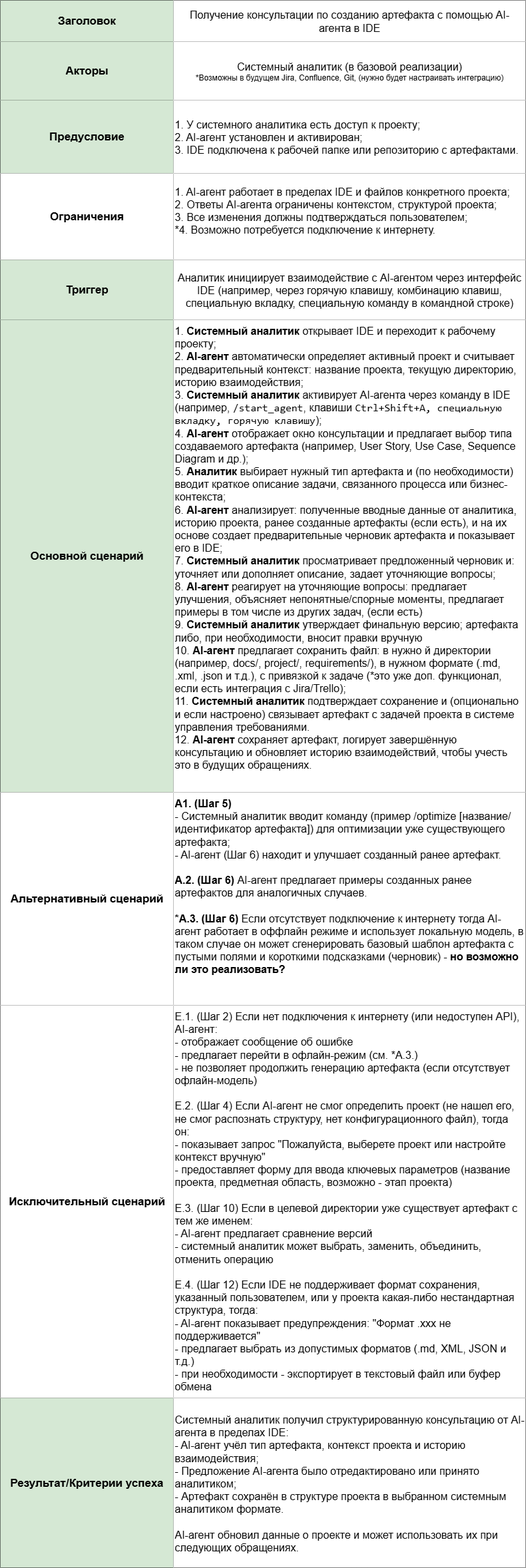
This is Максим_Попов/Максим Попов. Use Case.png from patolog123/Analyst-3.0, a draw.io export, as it was before one commit. Source tidied: cells renumbered, new cells last; positions are measured from the earlier drawing's top-left corner, leaving out a move shared by most shapes.
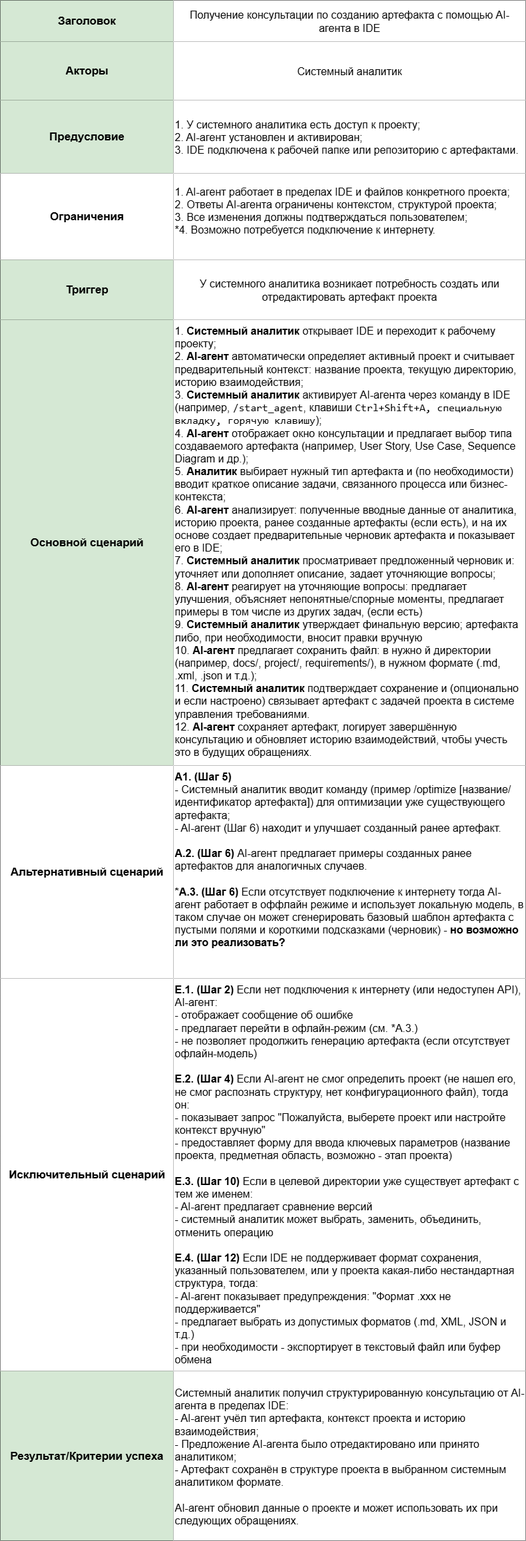
After the commit.

The edit, as a diff of the source:
```diff
@@ -5,3 +5,3 @@
     <mxCell id="2" style="shape=table;startSize=0;perimeterSpacing=11;strokeWidth=1;verticalAlign=top;" parent="1" vertex="1">
-      <mxGeometry width="789" height="2355" as="geometry" />
+      <mxGeometry width="789" height="2315" as="geometry" />
     </mxCell>
@@ -22,3 +22,3 @@
     </mxCell>
-    <mxCell id="8" value="&lt;font style=&quot;font-size: 16px;&quot;&gt;Системный аналитик (в базовой реализации)&lt;/font&gt;&lt;div&gt;*Возможны в будущем Jira, Confluence, Git, (нужно будет настраивать интеграцию)&lt;/div&gt;" style="shape=partialRectangle;html=1;whiteSpace=wrap;overflow=hidden;top=0;left=0;bottom=0;right=0;perimeterSpacing=0;" parent="6" vertex="1">
+    <mxCell id="8" value="&lt;font style=&quot;font-size: 16px;&quot;&gt;Системный аналитик&lt;/font&gt;" style="shape=partialRectangle;html=1;whiteSpace=wrap;overflow=hidden;top=0;left=0;bottom=0;right=0;perimeterSpacing=0;" parent="6" vertex="1">
       <mxGeometry x="260" width="529" height="88" as="geometry" />
@@ -49,3 +49,3 @@
     </mxCell>
-    <mxCell id="17" value="&lt;font style=&quot;font-size: 16px;&quot;&gt;Аналитик инициирует взаимодействие с AI-агентом через интерфейс IDE (например, через горячую клавишу, комбинацию клавиш, специальную вкладку, специальную команду в командной строке)&lt;/font&gt;" style="shape=partialRectangle;html=1;whiteSpace=wrap;overflow=hidden;top=0;left=0;bottom=0;right=0;perimeterSpacing=1;" parent="15" vertex="1">
+    <mxCell id="17" value="У системного аналитика возникает потребность создать или отредактировать артефакт проекта" style="shape=partialRectangle;html=1;whiteSpace=wrap;overflow=hidden;top=0;left=0;bottom=0;right=0;perimeterSpacing=1;fontSize=16;" parent="15" vertex="1">
       <mxGeometry x="260" width="529" height="90" as="geometry" />
@@ -53,12 +53,12 @@
     <mxCell id="18" style="shape=tableRow;horizontal=0;startSize=0;swimlaneHead=0;swimlaneBody=0;strokeColor=inherit;top=0;left=0;bottom=0;right=0;fillColor=none;" parent="2" vertex="1">
-      <mxGeometry y="480" width="789" height="710" as="geometry" />
+      <mxGeometry y="480" width="789" height="670" as="geometry" />
     </mxCell>
     <mxCell id="19" value="Основной сценарий" style="shape=partialRectangle;html=1;whiteSpace=wrap;strokeColor=#82b366;overflow=hidden;fillColor=#d5e8d4;top=0;left=0;bottom=0;right=0;fontSize=17;fontStyle=1;" parent="18" vertex="1">
-      <mxGeometry width="260" height="710" as="geometry" />
+      <mxGeometry width="260" height="670" as="geometry" />
     </mxCell>
-    <mxCell id="20" value="&lt;font style=&quot;font-size: 16px;&quot;&gt;1. &lt;b&gt;Cистемный аналитик&lt;/b&gt;&amp;nbsp;открывает IDE и переходит к рабочему проекту;&lt;/font&gt;&lt;div&gt;&lt;font style=&quot;font-size: 16px;&quot;&gt;2.&amp;nbsp;&lt;b&gt;AI-агент&lt;/b&gt; автоматически определяет активный проект и считывает предварительный контекст: название проекта, текущую директорию, историю взаимодействия;&lt;/font&gt;&lt;/div&gt;&lt;div&gt;&lt;font style=&quot;font-size: 16px;&quot;&gt;3. &lt;b&gt;Системный аналитик&lt;/b&gt;&lt;span style=&quot;background-color: transparent; color: light-dark(rgb(0, 0, 0), rgb(255, 255, 255));&quot;&gt;&amp;nbsp;активирует AI-агента через команду в IDE (например, &lt;/span&gt;&lt;code style=&quot;background-color: transparent; color: light-dark(rgb(0, 0, 0), rgb(255, 255, 255));&quot;&gt;/start_agent&lt;/code&gt;&lt;span style=&quot;background-color: transparent; color: light-dark(rgb(0, 0, 0), rgb(255, 255, 255));&quot;&gt;, клавиши&amp;nbsp;&lt;/span&gt;&lt;code style=&quot;background-color: transparent; color: light-dark(rgb(0, 0, 0), rgb(255, 255, 255));&quot;&gt;Ctrl+Shift+A, специальную вкладку, горячую клавишу&lt;/code&gt;&lt;span style=&quot;background-color: transparent; color: light-dark(rgb(0, 0, 0), rgb(255, 255, 255));&quot;&gt;);&lt;/span&gt;&lt;/font&gt;&lt;/div&gt;&lt;div&gt;&lt;font style=&quot;font-size: 16px;&quot;&gt;&lt;span style=&quot;background-color: transparent; color: light-dark(rgb(0, 0, 0), rgb(255, 255, 255));&quot;&gt;4.&amp;nbsp;&lt;/span&gt;&lt;span style=&quot;background-color: transparent;&quot;&gt;&lt;b&gt;AI-агент&lt;/b&gt; отображает окно консультации и предлагает выбор типа создаваемого артефакта (например, User Story, Use Case, Sequence Diagram и др.);&lt;/span&gt;&lt;/font&gt;&lt;/div&gt;&lt;div&gt;&lt;font style=&quot;font-size: 16px;&quot;&gt;&lt;span style=&quot;background-color: transparent;&quot;&gt;5.&amp;nbsp;&lt;/span&gt;&lt;span style=&quot;background-color: transparent;&quot;&gt;&lt;b&gt;Аналитик&lt;/b&gt; выбирает нужный тип артефакта и (по необходимости) вводит краткое описание задачи, связанного процесса или бизнес-контекста;&lt;/span&gt;&lt;/font&gt;&lt;/div&gt;&lt;div&gt;&lt;font style=&quot;font-size: 16px;&quot;&gt;6. &lt;b&gt;AI-агент&lt;/b&gt; анализирует: полученные вводные данные от аналитика, историю проекта, ранее созданные артефакты (если есть), и на их основе создает предварительные черновик артефакта и показывает его в IDE;&lt;/font&gt;&lt;/div&gt;&lt;div&gt;&lt;font style=&quot;font-size: 16px;&quot;&gt;7. &lt;b&gt;Системный аналитик&lt;/b&gt; просматривает предложенный черновик и: уточняет или дополняет описание, задает уточняющие вопросы;&lt;/font&gt;&lt;/div&gt;&lt;div&gt;&lt;font style=&quot;font-size: 16px;&quot;&gt;8. &lt;b&gt;AI-агент&lt;/b&gt; реагирует на уточняющие вопросы: предлагает улучшения, объясняет непонятные/спорные моменты, предлагает примеры в том числе из других задач, (если есть)&lt;/font&gt;&lt;/div&gt;&lt;div&gt;&lt;font style=&quot;font-size: 16px;&quot;&gt;9. &lt;b&gt;Системный аналитик&lt;/b&gt; утверждает финальную версию; артефакта либо, при необходимости, вносит правки вручную&lt;/font&gt;&lt;/div&gt;&lt;div&gt;&lt;font style=&quot;font-size: 16px;&quot;&gt;10. &lt;b&gt;AI-агент&lt;/b&gt; предлагает сохранить файл: в нужно й директории (например, docs/, project/, requirements/), в нужном формате (.md, .xml, .json и т.д.), с привязкой к задаче (*это уже доп. функционал, если есть интеграция с Jira/Trello);&lt;/font&gt;&lt;/div&gt;&lt;div&gt;&lt;font style=&quot;font-size: 16px;&quot;&gt;11. &lt;b&gt;Системный аналитик&lt;/b&gt; подтверждает сохранение и (опционально и если настроено) связывает артефакт с задачей проекта в системе управления требованиями.&lt;/font&gt;&lt;/div&gt;&lt;div&gt;&lt;font style=&quot;font-size: 16px;&quot;&gt;12.&amp;nbsp;&lt;b&gt;AI-агент&lt;/b&gt; сохраняет артефакт, логирует завершённую консультацию и обновляет историю взаимодействий, чтобы учесть это в будущих обращениях.&lt;/font&gt;&lt;/div&gt;&lt;div&gt;&lt;font style=&quot;font-size: 16px;&quot;&gt;&lt;br&gt;&lt;/font&gt;&lt;/div&gt;&lt;div&gt;&lt;br&gt;&lt;/div&gt;" style="shape=partialRectangle;html=1;whiteSpace=wrap;overflow=hidden;top=0;left=0;bottom=0;right=0;align=left;verticalAlign=top;" parent="18" vertex="1">
-      <mxGeometry x="260" width="529" height="710" as="geometry" />
+    <mxCell id="20" value="&lt;font style=&quot;font-size: 16px;&quot;&gt;1. &lt;b&gt;Cистемный аналитик&lt;/b&gt;&amp;nbsp;открывает IDE и переходит к рабочему проекту;&lt;/font&gt;&lt;div&gt;&lt;font style=&quot;font-size: 16px;&quot;&gt;2.&amp;nbsp;&lt;b&gt;AI-агент&lt;/b&gt; автоматически определяет активный проект и считывает предварительный контекст: название проекта, текущую директорию, историю взаимодействия;&lt;/font&gt;&lt;/div&gt;&lt;div&gt;&lt;font style=&quot;font-size: 16px;&quot;&gt;3. &lt;b&gt;Системный аналитик&lt;/b&gt;&lt;span style=&quot;background-color: transparent; color: light-dark(rgb(0, 0, 0), rgb(255, 255, 255));&quot;&gt;&amp;nbsp;активирует AI-агента через команду в IDE (например, &lt;/span&gt;&lt;code style=&quot;background-color: transparent; color: light-dark(rgb(0, 0, 0), rgb(255, 255, 255));&quot;&gt;/start_agent&lt;/code&gt;&lt;span style=&quot;background-color: transparent; color: light-dark(rgb(0, 0, 0), rgb(255, 255, 255));&quot;&gt;, клавиши&amp;nbsp;&lt;/span&gt;&lt;code style=&quot;background-color: transparent; color: light-dark(rgb(0, 0, 0), rgb(255, 255, 255));&quot;&gt;Ctrl+Shift+A, специальную вкладку, горячую клавишу&lt;/code&gt;&lt;span style=&quot;background-color: transparent; color: light-dark(rgb(0, 0, 0), rgb(255, 255, 255));&quot;&gt;);&lt;/span&gt;&lt;/font&gt;&lt;/div&gt;&lt;div&gt;&lt;font style=&quot;font-size: 16px;&quot;&gt;&lt;span style=&quot;background-color: transparent; color: light-dark(rgb(0, 0, 0), rgb(255, 255, 255));&quot;&gt;4.&amp;nbsp;&lt;/span&gt;&lt;span style=&quot;background-color: transparent;&quot;&gt;&lt;b&gt;AI-агент&lt;/b&gt; отображает окно консультации и предлагает выбор типа создаваемого артефакта (например, User Story, Use Case, Sequence Diagram и др.);&lt;/span&gt;&lt;/font&gt;&lt;/div&gt;&lt;div&gt;&lt;font style=&quot;font-size: 16px;&quot;&gt;&lt;span style=&quot;background-color: transparent;&quot;&gt;5.&amp;nbsp;&lt;/span&gt;&lt;span style=&quot;background-color: transparent;&quot;&gt;&lt;b&gt;Аналитик&lt;/b&gt; выбирает нужный тип артефакта и (по необходимости) вводит краткое описание задачи, связанного процесса или бизнес-контекста;&lt;/span&gt;&lt;/font&gt;&lt;/div&gt;&lt;div&gt;&lt;font style=&quot;font-size: 16px;&quot;&gt;6. &lt;b&gt;AI-агент&lt;/b&gt; анализирует: полученные вводные данные от аналитика, историю проекта, ранее созданные артефакты (если есть), и на их основе создает предварительные черновик артефакта и показывает его в IDE;&lt;/font&gt;&lt;/div&gt;&lt;div&gt;&lt;font style=&quot;font-size: 16px;&quot;&gt;7. &lt;b&gt;Системный аналитик&lt;/b&gt; просматривает предложенный черновик и: уточняет или дополняет описание, задает уточняющие вопросы;&lt;/font&gt;&lt;/div&gt;&lt;div&gt;&lt;font style=&quot;font-size: 16px;&quot;&gt;8. &lt;b&gt;AI-агент&lt;/b&gt; реагирует на уточняющие вопросы: предлагает улучшения, объясняет непонятные/спорные моменты, предлагает примеры в том числе из других задач, (если есть)&lt;/font&gt;&lt;/div&gt;&lt;div&gt;&lt;font style=&quot;font-size: 16px;&quot;&gt;9. &lt;b&gt;Системный аналитик&lt;/b&gt; утверждает финальную версию; артефакта либо, при необходимости, вносит правки вручную&lt;/font&gt;&lt;/div&gt;&lt;div&gt;&lt;font style=&quot;font-size: 16px;&quot;&gt;10. &lt;b&gt;AI-агент&lt;/b&gt; предлагает сохранить файл: в нужно й директории (например, docs/, project/, requirements/), в нужном формате (.md, .xml, .json и т.д.);&lt;/font&gt;&lt;/div&gt;&lt;div&gt;&lt;font style=&quot;font-size: 16px;&quot;&gt;11. &lt;b&gt;Системный аналитик&lt;/b&gt; подтверждает сохранение и (опционально и если настроено) связывает артефакт с задачей проекта в системе управления требованиями.&lt;/font&gt;&lt;/div&gt;&lt;div&gt;&lt;font style=&quot;font-size: 16px;&quot;&gt;12.&amp;nbsp;&lt;b&gt;AI-агент&lt;/b&gt; сохраняет артефакт, логирует завершённую консультацию и обновляет историю взаимодействий, чтобы учесть это в будущих обращениях.&lt;/font&gt;&lt;/div&gt;&lt;div&gt;&lt;font style=&quot;font-size: 16px;&quot;&gt;&lt;br&gt;&lt;/font&gt;&lt;/div&gt;&lt;div&gt;&lt;br&gt;&lt;/div&gt;" style="shape=partialRectangle;html=1;whiteSpace=wrap;overflow=hidden;top=0;left=0;bottom=0;right=0;align=left;verticalAlign=top;" parent="18" vertex="1">
+      <mxGeometry x="260" width="529" height="670" as="geometry" />
     </mxCell>
     <mxCell id="21" style="shape=tableRow;horizontal=0;startSize=0;swimlaneHead=0;swimlaneBody=0;strokeColor=inherit;top=0;left=0;bottom=0;right=0;fillColor=none;" parent="2" vertex="1">
-      <mxGeometry y="1190" width="789" height="320" as="geometry" />
+      <mxGeometry y="1150" width="789" height="320" as="geometry" />
     </mxCell>
@@ -71,3 +71,3 @@
     <mxCell id="24" style="shape=tableRow;horizontal=0;startSize=0;swimlaneHead=0;swimlaneBody=0;strokeColor=inherit;top=0;left=0;bottom=0;right=0;fillColor=none;" parent="2" vertex="1">
-      <mxGeometry y="1510" width="789" height="590" as="geometry" />
+      <mxGeometry y="1470" width="789" height="590" as="geometry" />
     </mxCell>
@@ -76,3 +76,3 @@
     </mxCell>
-    <mxCell id="26" value="&lt;font style=&quot;font-size: 16px;&quot;&gt;E.1. (Шаг 2) Если нет подключения к интернету (или недоступен API), AI-агент:&lt;/font&gt;&lt;div&gt;&lt;font style=&quot;font-size: 16px;&quot;&gt;- отображает сообщение об ошибке&lt;/font&gt;&lt;/div&gt;&lt;div&gt;&lt;font style=&quot;font-size: 16px;&quot;&gt;- предлагает перейти в офлайн-режим (см. *A.3.)&lt;/font&gt;&lt;/div&gt;&lt;div&gt;&lt;font style=&quot;font-size: 16px;&quot;&gt;- не позволяет продолжить генерацию артефакта (если отсутствует офлайн-модель)&lt;/font&gt;&lt;/div&gt;&lt;div&gt;&lt;font style=&quot;font-size: 16px;&quot;&gt;&lt;br&gt;&lt;/font&gt;&lt;/div&gt;&lt;div&gt;&lt;font style=&quot;font-size: 16px;&quot;&gt;E.2. (Шаг 4) Если AI-агент не смог определить проект (не нашел его, не смог распознать структуру, нет конфигурационного файл), тогда он:&lt;/font&gt;&lt;/div&gt;&lt;div&gt;&lt;font style=&quot;font-size: 16px;&quot;&gt;- показывает запрос &quot;Пожалуйста, выберете проект или настройте контекст вручную&quot;&lt;/font&gt;&lt;/div&gt;&lt;div&gt;&lt;font style=&quot;font-size: 16px;&quot;&gt;- предоставляет форму для ввода ключевых параметров (название проекта, предметная область, возможно - этап проекта)&lt;/font&gt;&lt;/div&gt;&lt;div&gt;&lt;font style=&quot;font-size: 16px;&quot;&gt;&lt;br&gt;&lt;/font&gt;&lt;/div&gt;&lt;div&gt;&lt;font style=&quot;font-size: 16px;&quot;&gt;E.3. (Шаг 10) Если в целевой директории уже существует артефакт с тем же именем:&amp;nbsp;&lt;/font&gt;&lt;/div&gt;&lt;div&gt;&lt;font style=&quot;font-size: 16px;&quot;&gt;- AI-агент&amp;nbsp;&lt;span style=&quot;background-color: transparent; color: light-dark(rgb(0, 0, 0), rgb(255, 255, 255));&quot;&gt;предлагает сравнение версий&lt;/span&gt;&lt;/font&gt;&lt;/div&gt;&lt;div&gt;&lt;span style=&quot;background-color: transparent; color: light-dark(rgb(0, 0, 0), rgb(255, 255, 255));&quot;&gt;&lt;font style=&quot;font-size: 16px;&quot;&gt;- системный аналитик может выбрать, заменить, объединить, отменить операцию&lt;/font&gt;&lt;/span&gt;&lt;/div&gt;&lt;div&gt;&lt;font style=&quot;font-size: 16px;&quot;&gt;&lt;br&gt;&lt;/font&gt;&lt;/div&gt;&lt;div&gt;&lt;font style=&quot;font-size: 16px;&quot;&gt;E.4. (Шаг 12) Если IDE не поддерживает формат сохранения, указанный пользователем, или у проекта какая-либо нестандартная структура, тогда:&lt;/font&gt;&lt;/div&gt;&lt;div&gt;&lt;font style=&quot;font-size: 16px;&quot;&gt;- AI-агент показывает предупреждения: &quot;Формат .xxx не поддерживается&quot;&lt;/font&gt;&lt;/div&gt;&lt;div&gt;&lt;font style=&quot;font-size: 16px;&quot;&gt;- предлагает выбрать из допустимых форматов (.md, XML, JSON и т.д.)&lt;/font&gt;&lt;/div&gt;&lt;div&gt;&lt;font style=&quot;font-size: 16px;&quot;&gt;- при необходимости - экспортирует в текстовый файл или буфер обмена&lt;/font&gt;&lt;/div&gt;&lt;div&gt;&lt;br&gt;&lt;/div&gt;" style="shape=partialRectangle;html=1;whiteSpace=wrap;overflow=hidden;top=0;left=0;bottom=0;right=0;align=left;verticalAlign=top;" parent="24" vertex="1">
+    <mxCell id="26" value="&lt;font style=&quot;font-size: 16px;&quot;&gt;&lt;b&gt;E.1. (Шаг 2)&lt;/b&gt; Если нет подключения к интернету (или недоступен API), AI-агент:&lt;/font&gt;&lt;div&gt;&lt;font style=&quot;font-size: 16px;&quot;&gt;- отображает сообщение об ошибке&lt;/font&gt;&lt;/div&gt;&lt;div&gt;&lt;font style=&quot;font-size: 16px;&quot;&gt;- предлагает перейти в офлайн-режим (см. *A.3.)&lt;/font&gt;&lt;/div&gt;&lt;div&gt;&lt;font style=&quot;font-size: 16px;&quot;&gt;- не позволяет продолжить генерацию артефакта (если отсутствует офлайн-модель)&lt;/font&gt;&lt;/div&gt;&lt;div&gt;&lt;font style=&quot;font-size: 16px;&quot;&gt;&lt;br&gt;&lt;/font&gt;&lt;/div&gt;&lt;div&gt;&lt;font style=&quot;font-size: 16px;&quot;&gt;&lt;b&gt;E.2. (Шаг 4)&lt;/b&gt; Если AI-агент не смог определить проект (не нашел его, не смог распознать структуру, нет конфигурационного файл), тогда он:&lt;/font&gt;&lt;/div&gt;&lt;div&gt;&lt;font style=&quot;font-size: 16px;&quot;&gt;- показывает запрос &quot;Пожалуйста, выберете проект или настройте контекст вручную&quot;&lt;/font&gt;&lt;/div&gt;&lt;div&gt;&lt;font style=&quot;font-size: 16px;&quot;&gt;- предоставляет форму для ввода ключевых параметров (название проекта, предметная область, возможно - этап проекта)&lt;/font&gt;&lt;/div&gt;&lt;div&gt;&lt;font style=&quot;font-size: 16px;&quot;&gt;&lt;br&gt;&lt;/font&gt;&lt;/div&gt;&lt;div&gt;&lt;font style=&quot;font-size: 16px;&quot;&gt;&lt;b&gt;E.3. (Шаг 10)&lt;/b&gt; Если в целевой директории уже существует артефакт с тем же именем:&amp;nbsp;&lt;/font&gt;&lt;/div&gt;&lt;div&gt;&lt;font style=&quot;font-size: 16px;&quot;&gt;- AI-агент&amp;nbsp;&lt;span style=&quot;background-color: transparent; color: light-dark(rgb(0, 0, 0), rgb(255, 255, 255));&quot;&gt;предлагает сравнение версий&lt;/span&gt;&lt;/font&gt;&lt;/div&gt;&lt;div&gt;&lt;span style=&quot;background-color: transparent; color: light-dark(rgb(0, 0, 0), rgb(255, 255, 255));&quot;&gt;&lt;font style=&quot;font-size: 16px;&quot;&gt;- системный аналитик может выбрать, заменить, объединить, отменить операцию&lt;/font&gt;&lt;/span&gt;&lt;/div&gt;&lt;div&gt;&lt;font style=&quot;font-size: 16px;&quot;&gt;&lt;br&gt;&lt;/font&gt;&lt;/div&gt;&lt;div&gt;&lt;font style=&quot;font-size: 16px;&quot;&gt;&lt;b&gt;E.4. (Шаг 12) &lt;/b&gt;Если IDE не поддерживает формат сохранения, указанный пользователем, или у проекта какая-либо нестандартная структура, тогда:&lt;/font&gt;&lt;/div&gt;&lt;div&gt;&lt;font style=&quot;font-size: 16px;&quot;&gt;- AI-агент показывает предупреждения: &quot;Формат .xxx не поддерживается&quot;&lt;/font&gt;&lt;/div&gt;&lt;div&gt;&lt;font style=&quot;font-size: 16px;&quot;&gt;- предлагает выбрать из допустимых форматов (.md, XML, JSON и т.д.)&lt;/font&gt;&lt;/div&gt;&lt;div&gt;&lt;font style=&quot;font-size: 16px;&quot;&gt;- при необходимости - экспортирует в текстовый файл или буфер обмена&lt;/font&gt;&lt;/div&gt;&lt;div&gt;&lt;br&gt;&lt;/div&gt;" style="shape=partialRectangle;html=1;whiteSpace=wrap;overflow=hidden;top=0;left=0;bottom=0;right=0;align=left;verticalAlign=top;" parent="24" vertex="1">
       <mxGeometry x="260" width="529" height="590" as="geometry" />
@@ -80,3 +80,3 @@
     <mxCell id="27" style="shape=tableRow;horizontal=0;startSize=0;swimlaneHead=0;swimlaneBody=0;strokeColor=inherit;top=0;left=0;bottom=0;right=0;fillColor=none;verticalAlign=top;" parent="2" vertex="1">
-      <mxGeometry y="2100" width="789" height="255" as="geometry" />
+      <mxGeometry y="2060" width="789" height="255" as="geometry" />
     </mxCell>
```
